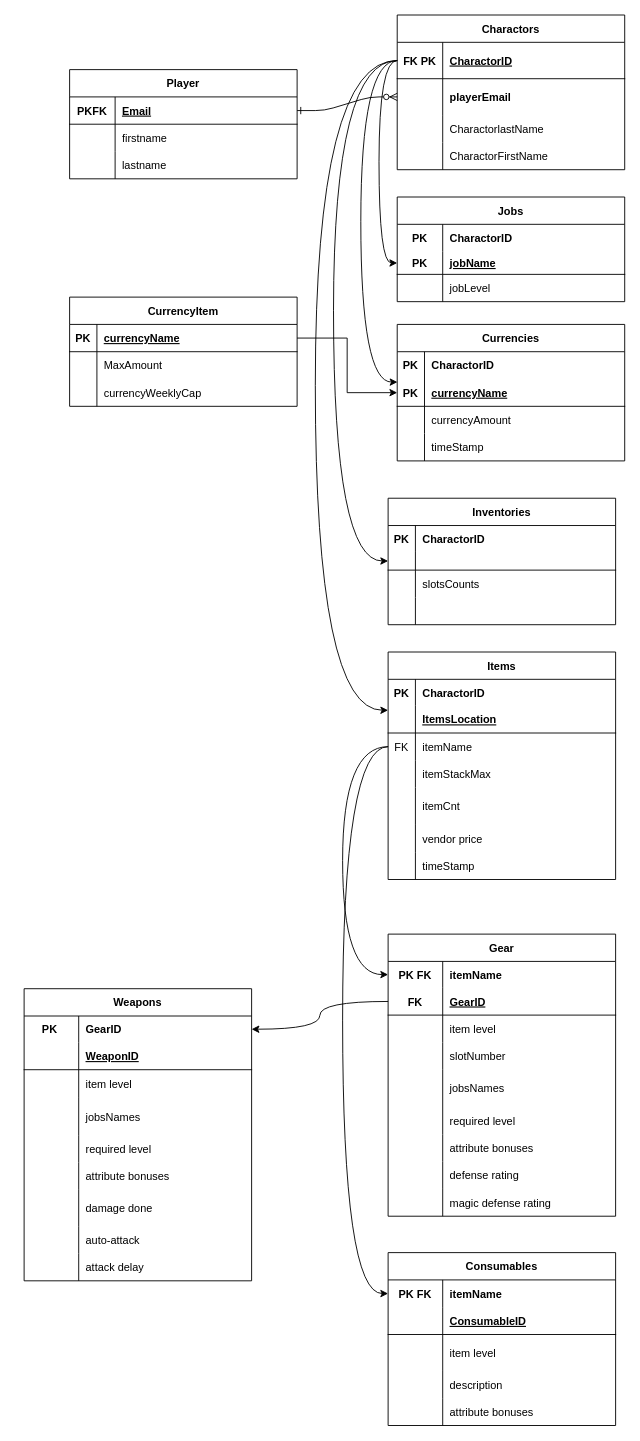
Before: Untitled Diagram.drawio in ifffShang/5800-hw2, a draw.io diagram. Source tidied: cells renumbered, new cells numbered last; positions are measured from the earlier drawing's top-left corner, leaving out a move shared by most shapes. Both pictures are drawn from the tidied source at 91%, with x=0, y=0 at pixel (24, 15).
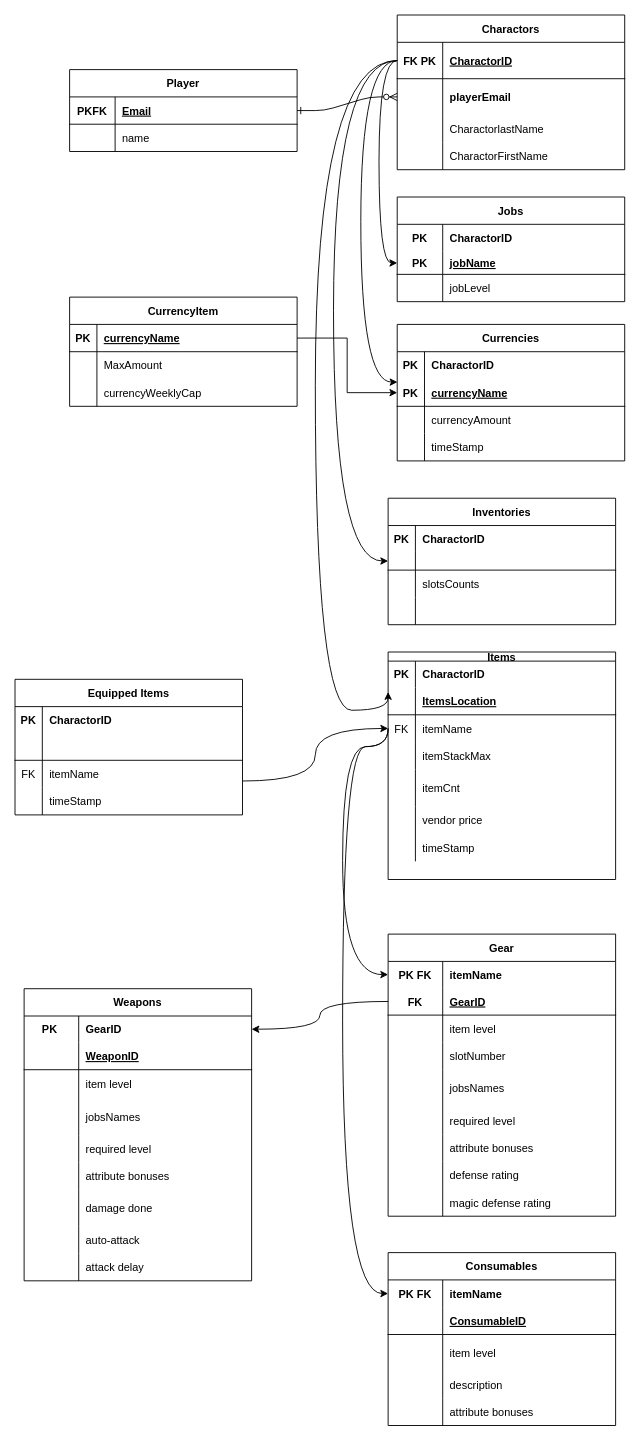
Above is the later version.

Diff of the diagram source:
```diff
@@
-    <mxCell id="2" value="Items" style="shape=table;startSize=30;childLayout=tableLayout;rowLines=0;fontStyle=1;align=center;" parent="1" vertex="1">
+    <mxCell id="2" value="Items" style="shape=table;startSize=10;childLayout=tableLayout;rowLines=0;fontStyle=1;align=center;" parent="1" vertex="1">
       <mxGeometry x="400" y="700" width="250" height="250" as="geometry" />
     </mxCell>
     <mxCell id="3" style="shape=partialRectangle;fillColor=none;top=0;left=0;right=0;bottom=0;fontStyle=1;" parent="2" vertex="1">
-      <mxGeometry y="30" width="250" height="29" as="geometry" />
+      <mxGeometry y="10" width="250" height="29" as="geometry" />
     </mxCell>
@@
     <mxCell id="6" style="shape=partialRectangle;fillColor=none;points=[[0,0.5],[1,0.5]];portConstraint=eastwest;top=0;left=0;right=0;bottom=1;" parent="2" vertex="1">
-      <mxGeometry y="59" width="250" height="30" as="geometry" />
+      <mxGeometry y="39" width="250" height="30" as="geometry" />
     </mxCell>
@@
     <mxCell id="9" style="shape=partialRectangle;fillColor=none;points=[[0,0.5],[1,0.5]];portConstraint=eastwest;top=0;left=0;right=0;bottom=0;" parent="2" vertex="1">
-      <mxGeometry y="89" width="250" height="30" as="geometry" />
+      <mxGeometry y="69" width="250" height="30" as="geometry" />
     </mxCell>
@@
     <mxCell id="12" style="shape=partialRectangle;fillColor=none;top=0;left=0;right=0;bottom=0;" parent="2" vertex="1">
-      <mxGeometry y="119" width="250" height="30" as="geometry" />
+      <mxGeometry y="99" width="250" height="30" as="geometry" />
     </mxCell>
@@
     <mxCell id="15" style="shape=partialRectangle;fillColor=none;top=0;left=0;right=0;bottom=0;" parent="2" vertex="1">
-      <mxGeometry y="149" width="250" height="41" as="geometry" />
+      <mxGeometry y="129" width="250" height="41" as="geometry" />
     </mxCell>
@@
     <mxCell id="18" style="shape=partialRectangle;fillColor=none;top=0;left=0;right=0;bottom=0;" parent="2" vertex="1">
-      <mxGeometry y="190" width="250" height="30" as="geometry" />
+      <mxGeometry y="170" width="250" height="30" as="geometry" />
     </mxCell>
@@
     <mxCell id="21" style="shape=partialRectangle;fillColor=none;top=0;left=0;right=0;bottom=0;" parent="2" vertex="1">
-      <mxGeometry y="220" width="250" height="30" as="geometry" />
+      <mxGeometry y="200" width="250" height="30" as="geometry" />
     </mxCell>
@@
     <mxCell id="48" value="Player" style="shape=table;startSize=30;childLayout=tableLayout;rowLines=0;fontStyle=1;align=center;" parent="1" vertex="1">
-      <mxGeometry x="50" y="60" width="250" height="120" as="geometry" />
+      <mxGeometry x="50" y="60" width="250" height="90" as="geometry" />
     </mxCell>
@@
-    <mxCell id="52" style="shape=partialRectangle;fillColor=none;top=0;left=0;right=0;bottom=0;" parent="48" vertex="1">
-      <mxGeometry y="60" width="250" height="30" as="geometry" />
-    </mxCell>
-    <mxCell id="53" style="shape=partialRectangle;overflow=hidden;fillColor=none;top=0;left=0;bottom=0;right=0;" parent="52" vertex="1">
-      <mxGeometry width="50" height="30" as="geometry" />
-    </mxCell>
-    <mxCell id="54" value="firstname" style="shape=partialRectangle;overflow=hidden;fillColor=none;top=0;left=0;bottom=0;right=0;align=left;spacingLeft=6;" parent="52" vertex="1">
-      <mxGeometry x="50" width="200" height="30" as="geometry" />
-    </mxCell>
     <mxCell id="55" style="shape=partialRectangle;fillColor=none;top=0;left=0;right=0;bottom=0;" parent="48" vertex="1">
-      <mxGeometry y="90" width="250" height="30" as="geometry" />
+      <mxGeometry y="60" width="250" height="30" as="geometry" />
     </mxCell>
@@
-    <mxCell id="57" value="lastname" style="shape=partialRectangle;overflow=hidden;fillColor=none;top=0;left=0;bottom=0;right=0;align=left;spacingLeft=6;" parent="55" vertex="1">
+    <mxCell id="57" value="name" style="shape=partialRectangle;overflow=hidden;fillColor=none;top=0;left=0;bottom=0;right=0;align=left;spacingLeft=6;" parent="55" vertex="1">
       <mxGeometry x="50" width="200" height="30" as="geometry" />
     </mxCell>
@@
+    <mxCell id="174" style="edgeStyle=orthogonalEdgeStyle;rounded=0;jettySize=auto;html=1;exitX=1;exitY=0.75;exitDx=0;exitDy=0;entryX=0;entryY=0.5;entryDx=0;entryDy=0;curved=1;" parent="1" edge="1" source="175" target="9">
+      <mxGeometry relative="1" as="geometry" />
+    </mxCell>
+    <mxCell id="175" value="Equipped Items" style="shape=table;startSize=30;childLayout=tableLayout;rowLines=0;fontStyle=1;align=center;" parent="1" vertex="1">
+      <mxGeometry x="-10" y="730" width="250" height="149" as="geometry" />
+    </mxCell>
+    <mxCell id="176" style="shape=partialRectangle;fillColor=none;top=0;left=0;right=0;bottom=0;fontStyle=1;" parent="175" vertex="1">
+      <mxGeometry y="30" width="250" height="29" as="geometry" />
+    </mxCell>
+    <mxCell id="177" value="PK" style="shape=partialRectangle;overflow=hidden;fillColor=none;top=0;left=0;bottom=0;right=0;fontStyle=1;" parent="176" vertex="1">
+      <mxGeometry width="30" height="29" as="geometry" />
+    </mxCell>
+    <mxCell id="178" value="CharactorID" style="shape=partialRectangle;overflow=hidden;fillColor=none;top=0;left=0;bottom=0;right=0;align=left;spacingLeft=6;fontStyle=1;" parent="176" vertex="1">
+      <mxGeometry x="30" width="220" height="29" as="geometry" />
+    </mxCell>
+    <mxCell id="179" style="shape=partialRectangle;fillColor=none;top=0;left=0;right=0;bottom=1;" parent="175" vertex="1">
+      <mxGeometry y="59" width="250" height="30" as="geometry" />
+    </mxCell>
+    <mxCell id="180" style="shape=partialRectangle;overflow=hidden;fillColor=none;top=0;left=0;bottom=0;right=0;fontStyle=1;" parent="179" vertex="1">
+      <mxGeometry width="30" height="30" as="geometry" />
+    </mxCell>
+    <mxCell id="181" style="shape=partialRectangle;overflow=hidden;fillColor=none;top=0;left=0;bottom=0;right=0;align=left;spacingLeft=6;fontStyle=5;" parent="179" vertex="1">
+      <mxGeometry x="30" width="220" height="30" as="geometry" />
+    </mxCell>
+    <mxCell id="182" style="shape=partialRectangle;fillColor=none;top=0;left=0;right=0;bottom=0;" parent="175" vertex="1">
+      <mxGeometry y="89" width="250" height="30" as="geometry" />
+    </mxCell>
+    <mxCell id="183" value="FK" style="shape=partialRectangle;overflow=hidden;fillColor=none;top=0;left=0;bottom=0;right=0;" parent="182" vertex="1">
+      <mxGeometry width="30" height="30" as="geometry" />
+    </mxCell>
+    <mxCell id="184" value="itemName" style="shape=partialRectangle;overflow=hidden;fillColor=none;top=0;left=0;bottom=0;right=0;align=left;spacingLeft=6;" parent="182" vertex="1">
+      <mxGeometry x="30" width="220" height="30" as="geometry" />
+    </mxCell>
+    <mxCell id="185" style="shape=partialRectangle;fillColor=none;top=0;left=0;right=0;bottom=0;" parent="175" vertex="1">
+      <mxGeometry y="119" width="250" height="30" as="geometry" />
+    </mxCell>
+    <mxCell id="186" style="shape=partialRectangle;overflow=hidden;fillColor=none;top=0;left=0;bottom=0;right=0;" parent="185" vertex="1">
+      <mxGeometry width="30" height="30" as="geometry" />
+    </mxCell>
+    <mxCell id="187" value="timeStamp" style="shape=partialRectangle;overflow=hidden;fillColor=none;top=0;left=0;bottom=0;right=0;align=left;spacingLeft=6;" parent="185" vertex="1">
+      <mxGeometry x="30" width="220" height="30" as="geometry" />
+    </mxCell>
```
